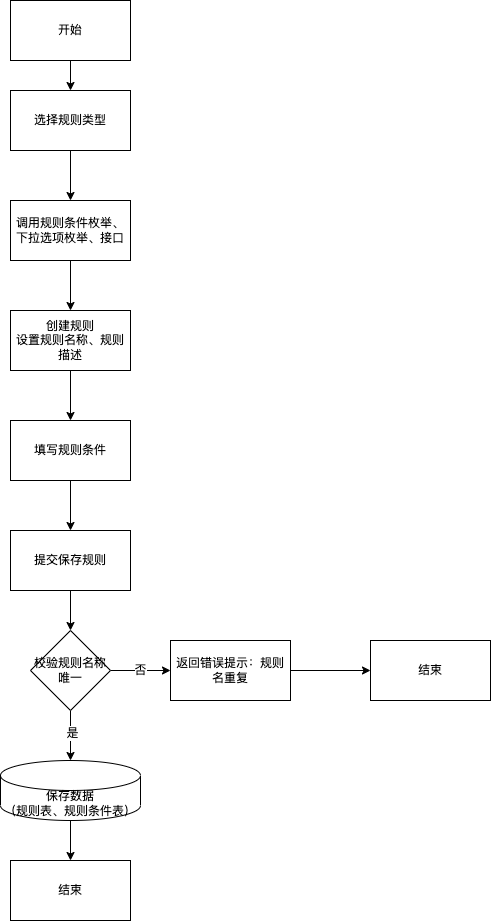
Earlier version of the draw.io export 新增规则.drawio.png (niudehua/draw-upic). Source tidied: cells renumbered, new cells last; positions are measured from the earlier drawing's top-left corner, leaving out a move shared by most shapes.
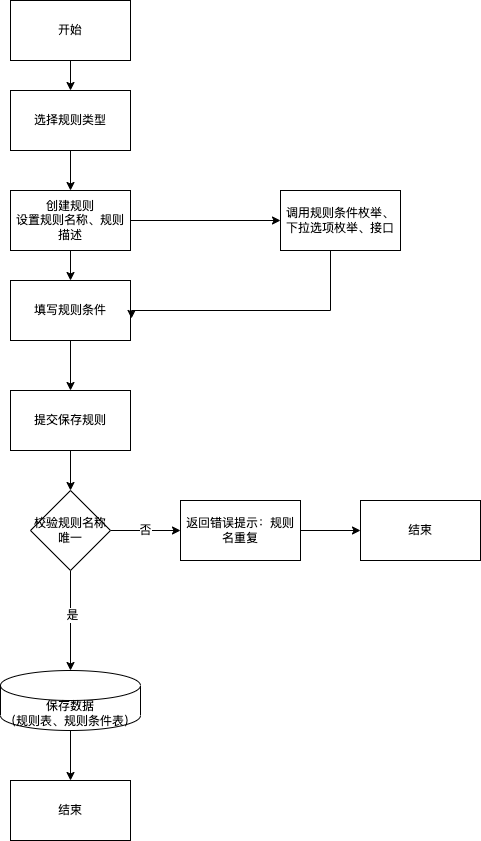
The same diagram one commit later.

The edit, as a diff of the source:
```diff
@@ -2,32 +2,32 @@
   <root>
     <mxCell id="0" />
     <mxCell id="1" parent="0" />
-    <mxCell id="2" style="edgeStyle=orthogonalEdgeStyle;rounded=0;jettySize=auto;html=1;startArrow=none;" parent="1" edge="1" source="21" target="6">
-      <mxGeometry relative="1" as="geometry" />
-    </mxCell>
-    <mxCell id="3" style="edgeStyle=orthogonalEdgeStyle;rounded=0;jettySize=auto;html=1;" parent="1" edge="1" source="4" target="21">
-      <mxGeometry relative="1" as="geometry" />
-    </mxCell>
+    <mxCell id="24" style="edgeStyle=orthogonalEdgeStyle;rounded=0;jettySize=auto;html=1;" parent="1" edge="1" source="4" target="6">
+      <mxGeometry relative="1" as="geometry" />
+    </mxCell>
     <mxCell id="4" value="选择规则类型&lt;br&gt;" style="rounded=0;whiteSpace=wrap;html=1;" parent="1" vertex="1">
       <mxGeometry x="10" y="90" width="120" height="60" as="geometry" />
     </mxCell>
+    <mxCell id="25" style="edgeStyle=orthogonalEdgeStyle;rounded=0;jettySize=auto;html=1;" parent="1" edge="1" source="6" target="21">
+      <mxGeometry relative="1" as="geometry" />
+    </mxCell>
     <mxCell id="5" style="edgeStyle=orthogonalEdgeStyle;rounded=0;jettySize=auto;html=1;" parent="1" edge="1" source="6" target="8">
       <mxGeometry relative="1" as="geometry" />
     </mxCell>
     <mxCell id="6" value="创建规则&lt;br&gt;设置规则名称、规则描述&lt;br&gt;" style="rounded=0;whiteSpace=wrap;html=1;" parent="1" vertex="1">
-      <mxGeometry x="10" y="310" width="120" height="60" as="geometry" />
+      <mxGeometry x="10" y="190" width="120" height="60" as="geometry" />
     </mxCell>
     <mxCell id="7" style="edgeStyle=orthogonalEdgeStyle;rounded=0;jettySize=auto;html=1;" parent="1" edge="1" source="8" target="10">
       <mxGeometry relative="1" as="geometry" />
     </mxCell>
     <mxCell id="8" value="填写规则条件" style="whiteSpace=wrap;html=1;rounded=0;" parent="1" vertex="1">
-      <mxGeometry x="10" y="420" width="120" height="60" as="geometry" />
+      <mxGeometry x="10" y="280" width="120" height="60" as="geometry" />
     </mxCell>
     <mxCell id="9" style="edgeStyle=orthogonalEdgeStyle;rounded=0;jettySize=auto;html=1;" parent="1" edge="1" source="10" target="14">
       <mxGeometry relative="1" as="geometry" />
     </mxCell>
     <mxCell id="10" value="提交保存规则" style="whiteSpace=wrap;html=1;rounded=0;" parent="1" vertex="1">
-      <mxGeometry x="10" y="530" width="120" height="60" as="geometry" />
+      <mxGeometry x="10" y="390" width="120" height="60" as="geometry" />
     </mxCell>
     <mxCell id="11" style="edgeStyle=orthogonalEdgeStyle;rounded=0;jettySize=auto;html=1;" parent="1" edge="1" source="14" target="16">
       <mxGeometry relative="1" as="geometry" />
@@ -39,13 +39,13 @@
       <mxGeometry relative="1" as="geometry" />
     </mxCell>
     <mxCell id="14" value="校验规则名称唯一" style="rhombus;whiteSpace=wrap;html=1;rounded=0;" parent="1" vertex="1">
-      <mxGeometry x="30" y="630" width="80" height="80" as="geometry" />
+      <mxGeometry x="30" y="490" width="80" height="80" as="geometry" />
     </mxCell>
     <mxCell id="15" style="edgeStyle=orthogonalEdgeStyle;rounded=0;jettySize=auto;html=1;" parent="1" edge="1" source="16" target="23">
       <mxGeometry relative="1" as="geometry" />
     </mxCell>
     <mxCell id="16" value="保存数据&lt;br&gt;（规则表、规则条件表）&lt;br&gt;" style="shape=cylinder3;whiteSpace=wrap;html=1;boundedLbl=1;backgroundOutline=1;size=15;fontFamily=Helvetica;fontSize=12;fontColor=rgb(0, 0, 0);align=center;strokeColor=rgb(0, 0, 0);fillColor=rgb(255, 255, 255);" parent="1" vertex="1">
-      <mxGeometry y="760" width="140" height="60" as="geometry" />
+      <mxGeometry y="670" width="140" height="60" as="geometry" />
     </mxCell>
     <mxCell id="17" style="edgeStyle=orthogonalEdgeStyle;rounded=0;jettySize=auto;html=1;" parent="1" edge="1" source="18" target="4">
       <mxGeometry relative="1" as="geometry" />
@@ -57,16 +57,24 @@
       <mxGeometry relative="1" as="geometry" />
     </mxCell>
     <mxCell id="20" value="返回错误提示：规则名重复" style="whiteSpace=wrap;html=1;rounded=0;" parent="1" vertex="1">
-      <mxGeometry x="170" y="640" width="120" height="60" as="geometry" />
+      <mxGeometry x="180" y="500" width="120" height="60" as="geometry" />
     </mxCell>
+    <mxCell id="26" style="edgeStyle=orthogonalEdgeStyle;rounded=0;jettySize=auto;html=1;entryX=1.008;entryY=0.633;entryDx=0;entryDy=0;entryPerimeter=0;" parent="1" edge="1" source="21" target="8">
+      <mxGeometry relative="1" as="geometry">
+        <Array as="points">
+          <mxPoint x="330" y="310" />
+          <mxPoint x="131" y="310" />
+        </Array>
+      </mxGeometry>
+    </mxCell>
     <mxCell id="21" value="调用规则条件枚举、下拉选项枚举、接口" style="whiteSpace=wrap;html=1;rounded=0;" parent="1" vertex="1">
-      <mxGeometry x="10" y="200" width="120" height="60" as="geometry" />
+      <mxGeometry x="280" y="190" width="120" height="60" as="geometry" />
     </mxCell>
     <mxCell id="22" value="结束" style="whiteSpace=wrap;html=1;rounded=0;" parent="1" vertex="1">
-      <mxGeometry x="370" y="640" width="120" height="60" as="geometry" />
+      <mxGeometry x="360" y="500" width="120" height="60" as="geometry" />
     </mxCell>
     <mxCell id="23" value="结束" style="whiteSpace=wrap;html=1;rounded=0;" parent="1" vertex="1">
-      <mxGeometry x="10" y="860" width="120" height="60" as="geometry" />
+      <mxGeometry x="10" y="780" width="120" height="60" as="geometry" />
     </mxCell>
   </root>
 </mxGraphModel>
```
